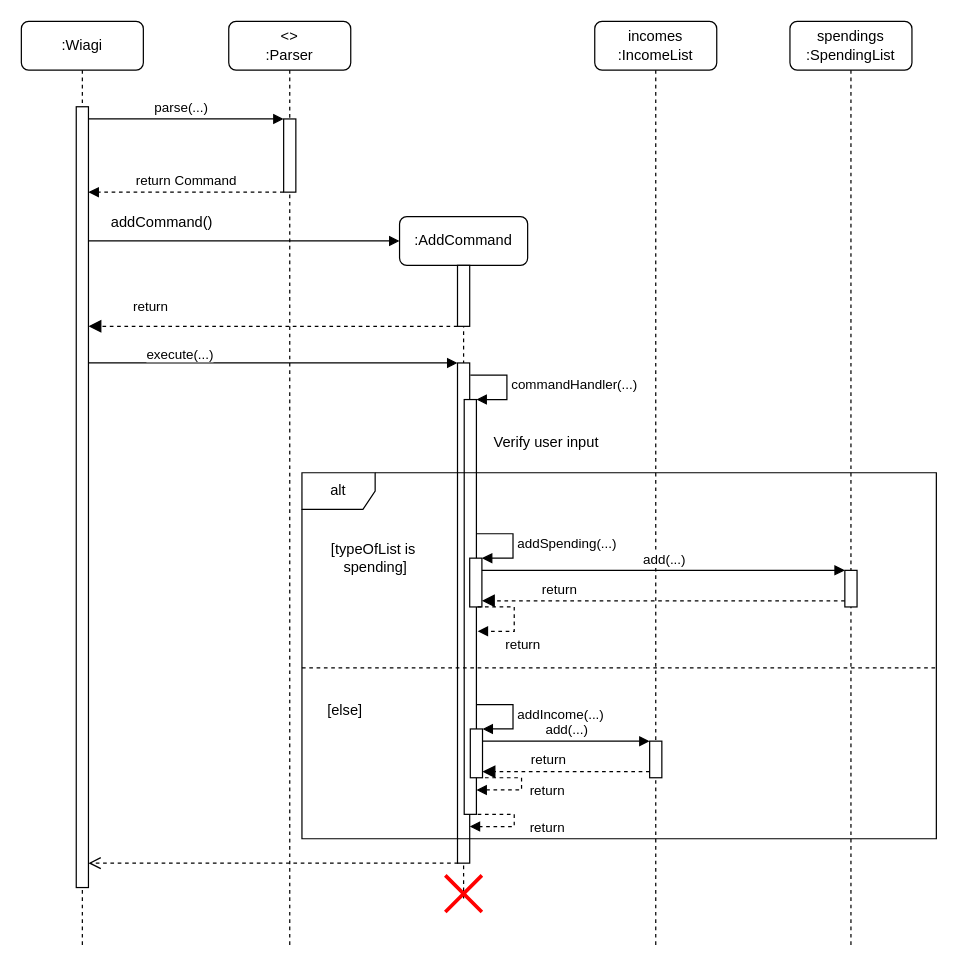
wongwh2002/CS2113TeamProject keeps this draw.io diagram as docs/Diagrams/addCommand.drawio. Above is the earlier version. Source tidied: cells renumbered, new cells numbered last; positions are measured from the earlier drawing's top-left corner, leaving out a move shared by most shapes. Both pictures are drawn from the tidied source at 122%, with x=0, y=0 at pixel (21, 21).
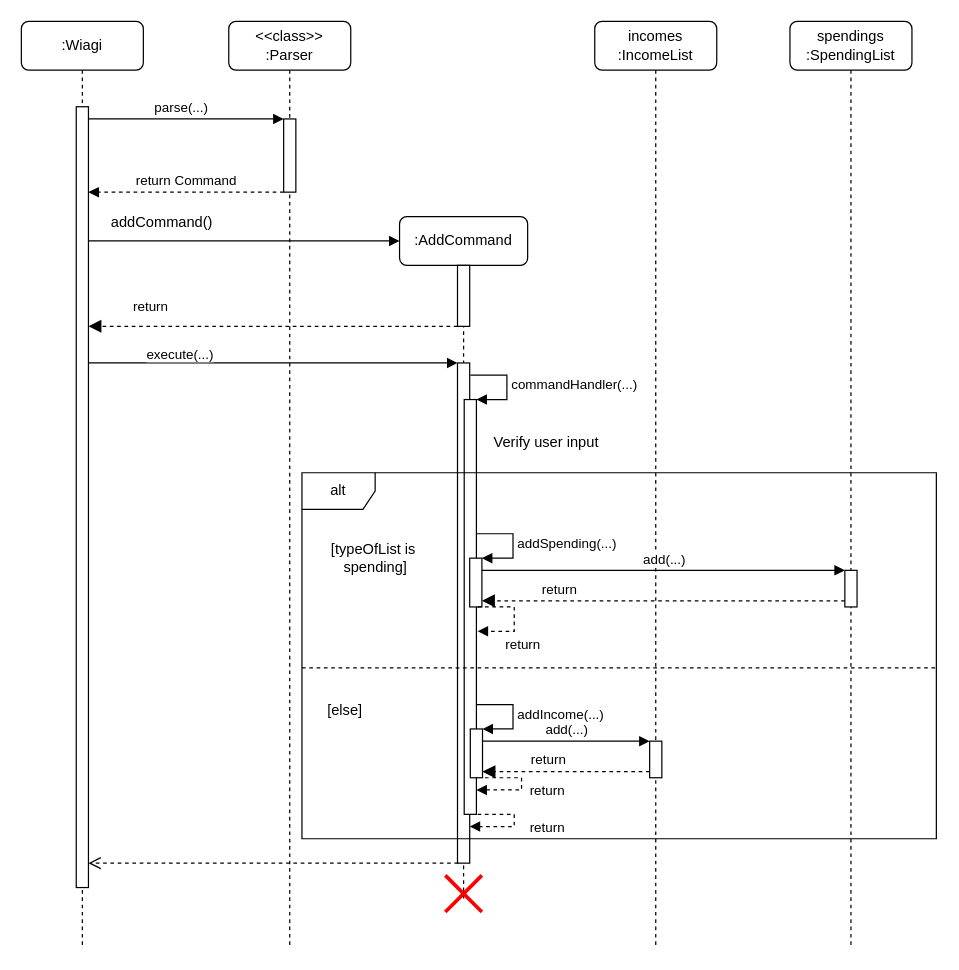
The same diagram, later.

What changed in the source:
```diff
@@
-    <mxCell id="13" value="&amp;lt;&amp;gt;&lt;br&gt;:Parser" style="shape=umlLifeline;rounded=1;perimeter=lifelinePerimeter;whiteSpace=wrap;html=1;newEdgeStyle={&quot;edgeStyle&quot;:&quot;elbowEdgeStyle&quot;,&quot;elbow&quot;:&quot;vertical&quot;,&quot;curved&quot;:0,&quot;rounded&quot;:0};" parent="1" vertex="1">
+    <mxCell id="13" value="&amp;lt;&amp;lt;class&amp;gt;&amp;gt;&lt;br&gt;:Parser" style="shape=umlLifeline;rounded=1;perimeter=lifelinePerimeter;whiteSpace=wrap;html=1;newEdgeStyle={&quot;edgeStyle&quot;:&quot;elbowEdgeStyle&quot;,&quot;elbow&quot;:&quot;vertical&quot;,&quot;curved&quot;:0,&quot;rounded&quot;:0};" parent="1" vertex="1">
       <mxGeometry x="170" width="100" height="760" as="geometry" />
     </mxCell>
```
